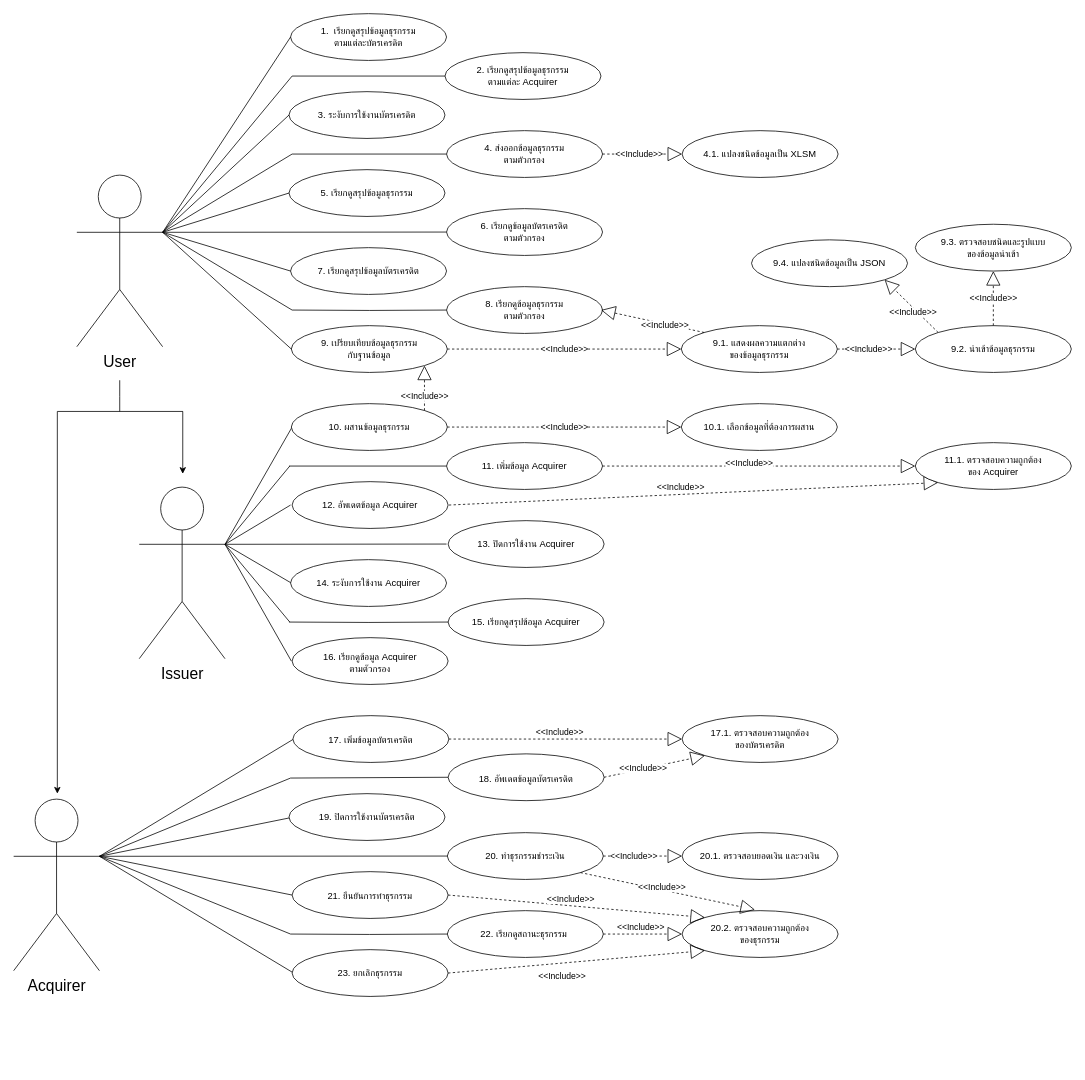
jarawin/issuer-server keeps this draw.io diagram as usecase.drawio. Above is the earlier version. Source tidied: cells renumbered, new cells numbered last; positions are measured from the earlier drawing's top-left corner, leaving out a move shared by most shapes. Both pictures are drawn from the tidied source at 78%, with x=0, y=0 at pixel (13, 13).
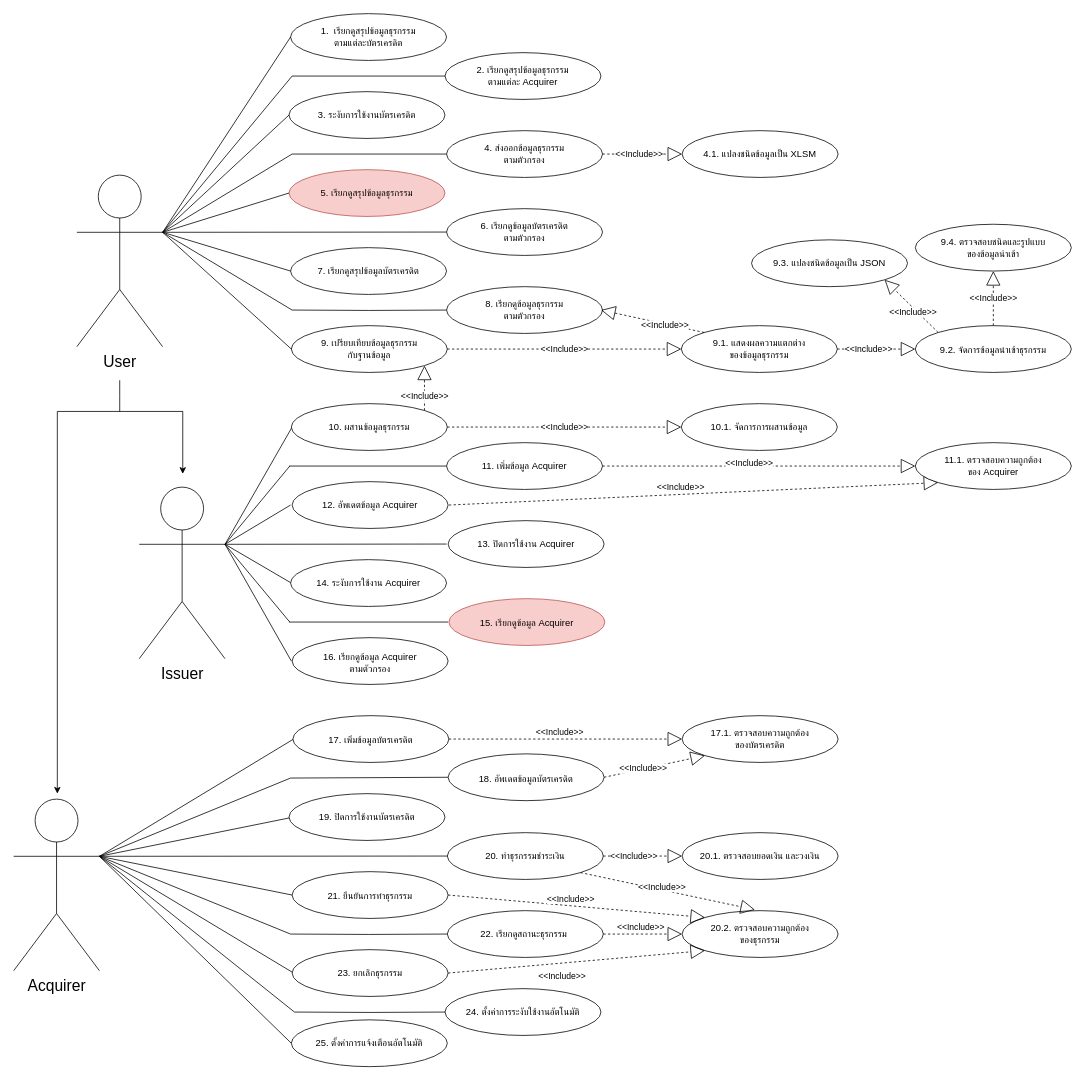
Above is the later version.

The change refers to these unchanged cells:
```xml
<mxCell id="3" value="&lt;font style=&quot;font-size: 20px;&quot;&gt;Acquirer&lt;/font&gt;" style="shape=umlActor;verticalLabelPosition=bottom;verticalAlign=top;html=1;" parent="1" vertex="1">
  <mxGeometry y="1007" width="110" height="220" as="geometry" />
</mxCell>
```

Change to the diagram source:
```diff
@@
-    <mxCell id="15" value="5. เรียกดูสรุปข้อมูลธุรกรรม" style="ellipse;whiteSpace=wrap;html=1;" parent="1" vertex="1">
+    <mxCell id="15" value="5. เรียกดูสรุปข้อมูลธุรกรรม" style="ellipse;whiteSpace=wrap;html=1;fillColor=#f8cecc;strokeColor=#b85450;" parent="1" vertex="1">
       <mxGeometry x="353" y="200" width="200" height="60" as="geometry" />
     </mxCell>
@@
-    <mxCell id="44" value="9.3. ตรวจสอบชนิดและรูปแบบ&lt;br&gt;ของข้อมูลนำเข้า" style="ellipse;whiteSpace=wrap;html=1;" parent="1" vertex="1">
+    <mxCell id="44" value="9.4. ตรวจสอบชนิดและรูปแบบ&lt;br&gt;ของข้อมูลนำเข้า" style="ellipse;whiteSpace=wrap;html=1;" parent="1" vertex="1">
       <mxGeometry x="1156" y="270" width="200" height="60" as="geometry" />
     </mxCell>
@@
-    <mxCell id="46" value="9.4. แปลงชนิดข้อมูลเป็น JSON" style="ellipse;whiteSpace=wrap;html=1;" parent="1" vertex="1">
+    <mxCell id="46" value="9.3. แปลงชนิดข้อมูลเป็น JSON" style="ellipse;whiteSpace=wrap;html=1;" parent="1" vertex="1">
       <mxGeometry x="946" y="290" width="200" height="60" as="geometry" />
     </mxCell>
@@
-    <mxCell id="49" value="9.2.&amp;nbsp;นำเข้าข้อมูลธุรกรรม" style="ellipse;whiteSpace=wrap;html=1;" parent="1" vertex="1">
+    <mxCell id="49" value="9.2.&amp;nbsp;จัดการข้อมูลนำเข้าธุรกรรม&lt;span style=&quot;font-size: medium; text-align: start;&quot;&gt;&lt;/span&gt;" style="ellipse;whiteSpace=wrap;html=1;" parent="1" vertex="1">
       <mxGeometry x="1156" y="400" width="200" height="60" as="geometry" />
     </mxCell>
@@
-    <mxCell id="60" value="15. เรียกดูสรุปข้อมูล Acquirer" style="ellipse;whiteSpace=wrap;html=1;" parent="1" vertex="1">
-      <mxGeometry x="557" y="750" width="200" height="60" as="geometry" />
-    </mxCell>
@@
-    <mxCell id="63" style="endArrow=none;html=1;rounded=0;entryX=0;entryY=0.5;entryDx=0;entryDy=0;edgeStyle=orthogonalEdgeStyle;" parent="1" edge="1" target="60">
+    <mxCell id="63" style="endArrow=none;html=1;rounded=0;entryX=0;entryY=0.5;entryDx=0;entryDy=0;edgeStyle=orthogonalEdgeStyle;" parent="1" edge="1">
       <mxGeometry relative="1" as="geometry">
         <mxPoint x="353" y="780" as="sourcePoint" />
+        <mxPoint x="557" y="780" as="targetPoint" />
       </mxGeometry>
     </mxCell>
@@
-    <mxCell id="76" value="10.1. เลือกข้อมูลที่ต้องการผสาน" style="ellipse;whiteSpace=wrap;html=1;" parent="1" vertex="1">
+    <mxCell id="76" value="10.1. จัดการการผสานข้อมูล" style="ellipse;whiteSpace=wrap;html=1;" parent="1" vertex="1">
       <mxGeometry x="856" y="500" width="200" height="60" as="geometry" />
     </mxCell>
@@
+    <mxCell id="89" value="25. ตั้งค่าการแจ้งเตือนอัตโนมัติ" style="ellipse;whiteSpace=wrap;html=1;" parent="1" vertex="1">
+      <mxGeometry x="356" y="1290" width="200" height="60" as="geometry" />
+    </mxCell>
+    <mxCell id="90" value="24. ตั้งค่าการระงับใช้งานอัตโนมัติ" style="ellipse;whiteSpace=wrap;html=1;" parent="1" vertex="1">
+      <mxGeometry x="553" y="1250" width="200" height="60" as="geometry" />
+    </mxCell>
+    <mxCell id="91" style="endArrow=none;html=1;rounded=0;entryX=0;entryY=0.5;entryDx=0;entryDy=0;edgeStyle=orthogonalEdgeStyle;" parent="1" edge="1" target="90">
+      <mxGeometry relative="1" as="geometry">
+        <mxPoint x="360" y="1280" as="sourcePoint" />
+      </mxGeometry>
+    </mxCell>
+    <mxCell id="92" style="endArrow=none;html=1;rounded=0;entryX=1;entryY=0.3333333333333333;entryDx=0;entryDy=0;entryPerimeter=0;" parent="1" edge="1" target="3">
+      <mxGeometry relative="1" as="geometry">
+        <mxPoint x="360" y="1280" as="sourcePoint" />
+      </mxGeometry>
+    </mxCell>
+    <mxCell id="93" style="endArrow=none;html=1;rounded=0;entryX=1;entryY=0.3333333333333333;entryDx=0;entryDy=0;entryPerimeter=0;exitX=0;exitY=0.5;exitDx=0;exitDy=0;" parent="1" edge="1" source="89" target="3">
+      <mxGeometry relative="1" as="geometry" />
+    </mxCell>
+    <mxCell id="94" value="15.&amp;nbsp;&lt;span style=&quot;font-size: medium; text-align: start;&quot;&gt;&lt;/span&gt;เรียกดูข้อมูล Acquirer" style="ellipse;whiteSpace=wrap;html=1;fillColor=#f8cecc;strokeColor=#b85450;" parent="1" vertex="1">
+      <mxGeometry x="558" y="750" width="200" height="60" as="geometry" />
+    </mxCell>
```
